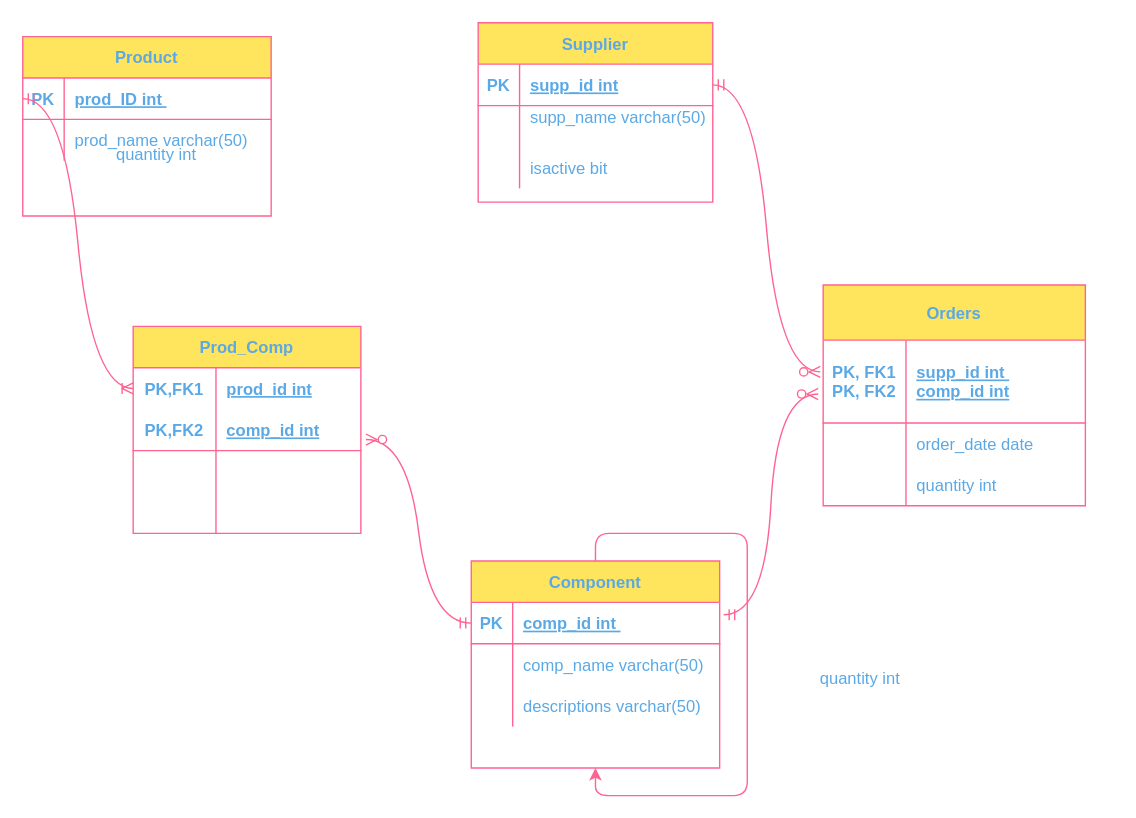
Before: CharliesChocalateFactory/charlie'sChocolate.drawio in ZeynepAkkus/MyProject, a draw.io diagram. Source tidied: cells renumbered, new cells numbered last; positions are measured from the earlier drawing's top-left corner, leaving out a move shared by most shapes. Both pictures are drawn from the tidied source at 138%, with x=0, y=0 at pixel (22, 22).
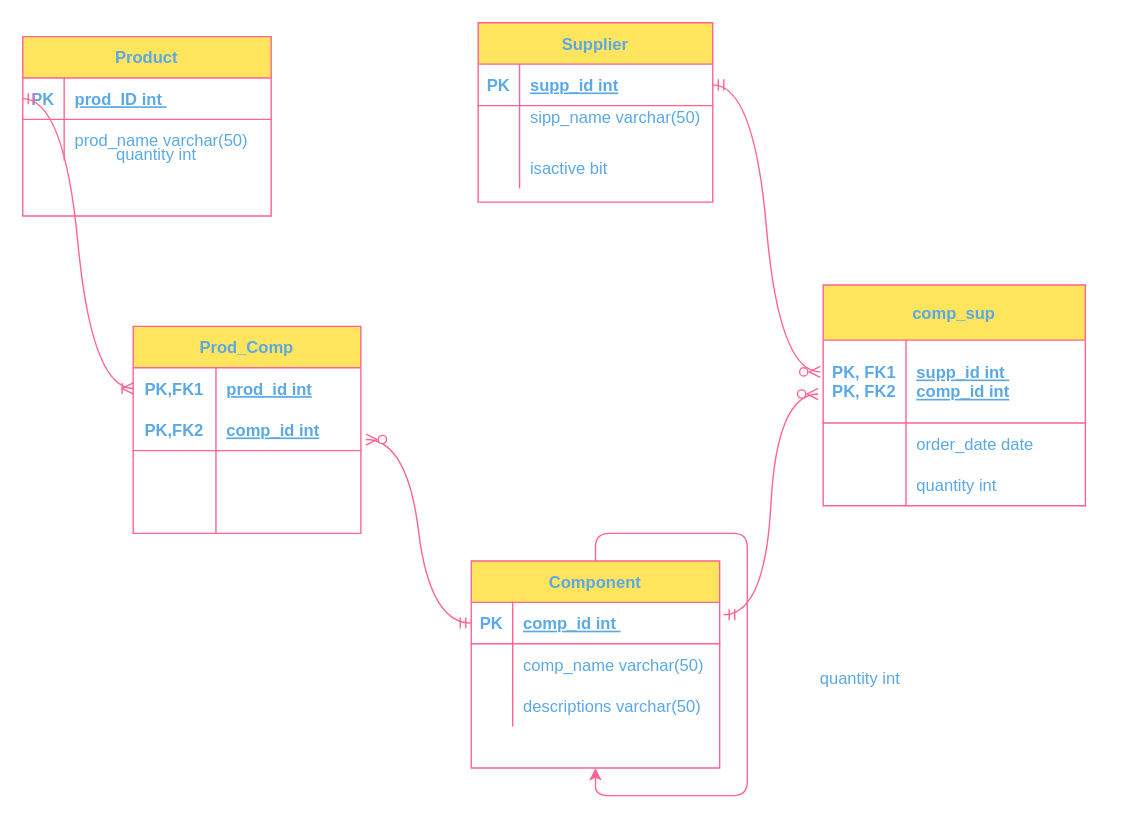
Above is the later version.

The change refers to these unchanged cells:
```xml
<mxCell id="6" style="shape=partialRectangle;fillColor=none;top=0;left=0;right=0;bottom=0;strokeColor=#FF6392;fontColor=#5AA9E6;" parent="2" vertex="1">
  <mxGeometry y="60" width="170" height="30" as="geometry" />
</mxCell>
```

Change to the diagram source:
```diff
@@
-    <mxCell id="8" value="supp_name varchar(50) &#10;" style="shape=partialRectangle;overflow=hidden;fillColor=none;top=0;left=0;bottom=0;right=0;align=left;spacingLeft=6;strokeColor=#FF6392;fontColor=#5AA9E6;" parent="6" vertex="1">
+    <mxCell id="8" value="sipp_name varchar(50) &#10;" style="shape=partialRectangle;overflow=hidden;fillColor=none;top=0;left=0;bottom=0;right=0;align=left;spacingLeft=6;strokeColor=#FF6392;fontColor=#5AA9E6;" parent="6" vertex="1">
       <mxGeometry x="30" width="140" height="30" as="geometry" />
     </mxCell>
@@
-    <mxCell id="33" value="Orders" style="shape=table;startSize=40;childLayout=tableLayout;rowLines=0;fontStyle=1;align=center;fillColor=#FFE45E;strokeColor=#FF6392;fontColor=#5AA9E6;" parent="1" vertex="1">
+    <mxCell id="33" value="comp_sup" style="shape=table;startSize=40;childLayout=tableLayout;rowLines=0;fontStyle=1;align=center;fillColor=#FFE45E;strokeColor=#FF6392;fontColor=#5AA9E6;" parent="1" vertex="1">
       <mxGeometry x="580" y="190" width="190" height="160" as="geometry" />
     </mxCell>
```
